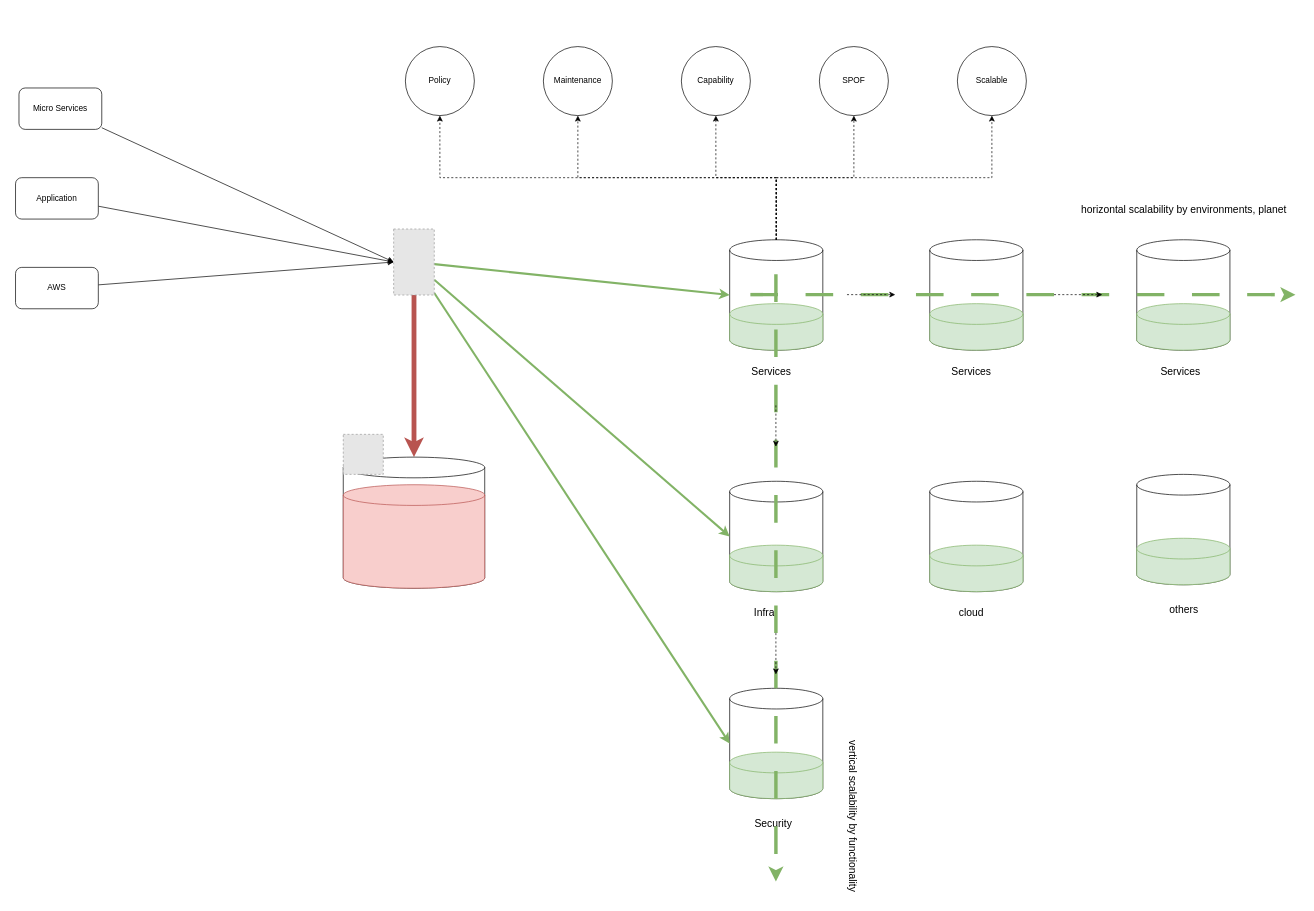
Above: elk_re-architecture.drawio in jiangtao7/draw.io (draw.io), before the change. Source tidied: cells renumbered, new cells numbered last; positions are measured from the earlier drawing's top-left corner, leaving out a move shared by most shapes. Both pictures are drawn from the tidied source at 69%, with x=0, y=0 at pixel (15, 46). Pictures stored in the file or linked from it are replaced by grey dashed boxes.
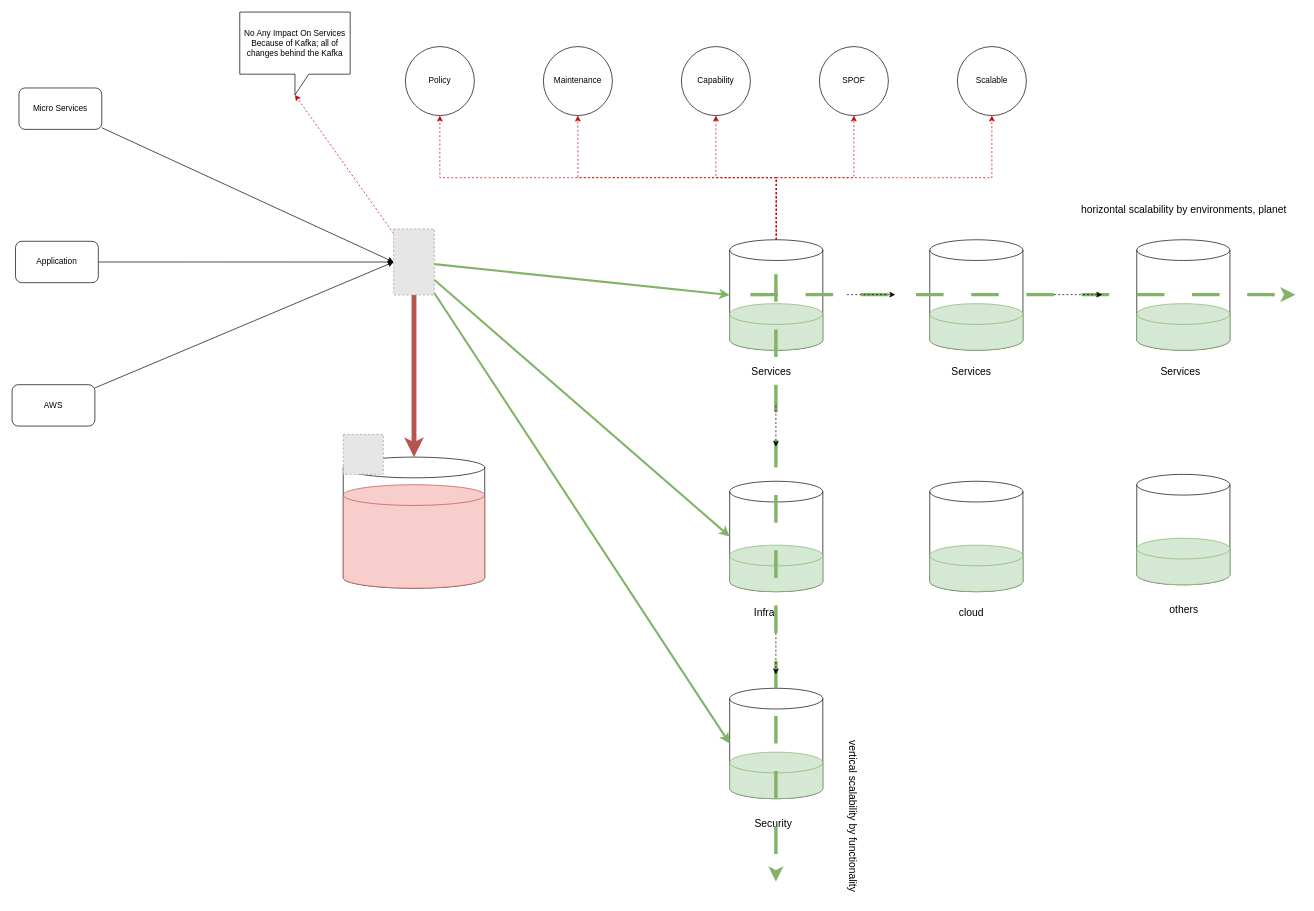
After the change.

The change refers to these unchanged cells:
```xml
<mxCell id="3" style="shape=cylinder3;whiteSpace=wrap;html=1;boundedLbl=1;backgroundOutline=1;size=15;fontSize=15;" parent="2" vertex="1">
  <mxGeometry width="135" height="160" as="geometry" />
</mxCell>
<mxCell id="41" value="Policy" style="ellipse;whiteSpace=wrap;html=1;" parent="1" vertex="1">
  <mxGeometry x="565" width="100" height="100" as="geometry" />
</mxCell>
<mxCell id="42" value="Maintenance" style="ellipse;whiteSpace=wrap;html=1;" parent="1" vertex="1">
  <mxGeometry x="765" width="100" height="100" as="geometry" />
</mxCell>
<mxCell id="43" value="Capability" style="ellipse;whiteSpace=wrap;html=1;" parent="1" vertex="1">
  <mxGeometry x="965" width="100" height="100" as="geometry" />
</mxCell>
<mxCell id="44" value="SPOF" style="ellipse;whiteSpace=wrap;html=1;" parent="1" vertex="1">
  <mxGeometry x="1165" width="100" height="100" as="geometry" />
</mxCell>
<mxCell id="53" style="fillColor=#E6E6E6;strokeColor=#999999;dashed=1;verticalLabelPosition=bottom;labelBackgroundColor=default;verticalAlign=top;" parent="1" vertex="1">
  <mxGeometry x="548" y="264.4" width="58.9" height="95.7" as="geometry" />
</mxCell>
<mxCell id="63" value="Scalable" style="ellipse;whiteSpace=wrap;html=1;" parent="1" vertex="1">
  <mxGeometry x="1365" width="100" height="100" as="geometry" />
</mxCell>
```

What changed in the source:
```diff
@@
-    <mxCell id="45" style="edgeStyle=orthogonalEdgeStyle;rounded=0;jettySize=auto;html=1;entryX=0.5;entryY=1;entryDx=0;entryDy=0;dashed=1;" parent="1" edge="1" source="3" target="41">
+    <mxCell id="45" style="edgeStyle=orthogonalEdgeStyle;rounded=0;jettySize=auto;html=1;entryX=0.5;entryY=1;entryDx=0;entryDy=0;dashed=1;strokeColor=#CC0000;" parent="1" edge="1" source="3" target="41">
       <mxGeometry relative="1" as="geometry">
         <Array as="points">
           <mxPoint x="1103" y="190" />
           <mxPoint x="615" y="190" />
         </Array>
       </mxGeometry>
     </mxCell>
-    <mxCell id="46" style="edgeStyle=orthogonalEdgeStyle;rounded=0;jettySize=auto;html=1;entryX=0.5;entryY=1;entryDx=0;entryDy=0;dashed=1;" parent="1" edge="1" source="3" target="42">
+    <mxCell id="46" style="edgeStyle=orthogonalEdgeStyle;rounded=0;jettySize=auto;html=1;entryX=0.5;entryY=1;entryDx=0;entryDy=0;dashed=1;strokeColor=#CC0000;" parent="1" edge="1" source="3" target="42">
       <mxGeometry relative="1" as="geometry">
         <Array as="points">
           <mxPoint x="1103" y="190" />
           <mxPoint x="815" y="190" />
         </Array>
       </mxGeometry>
     </mxCell>
-    <mxCell id="47" style="edgeStyle=orthogonalEdgeStyle;rounded=0;jettySize=auto;html=1;entryX=0.5;entryY=1;entryDx=0;entryDy=0;dashed=1;" parent="1" edge="1" source="3" target="43">
+    <mxCell id="47" style="edgeStyle=orthogonalEdgeStyle;rounded=0;jettySize=auto;html=1;entryX=0.5;entryY=1;entryDx=0;entryDy=0;dashed=1;strokeColor=#CC0000;" parent="1" edge="1" source="3" target="43">
       <mxGeometry relative="1" as="geometry" />
     </mxCell>
-    <mxCell id="48" style="edgeStyle=orthogonalEdgeStyle;rounded=0;jettySize=auto;html=1;entryX=0.5;entryY=1;entryDx=0;entryDy=0;dashed=1;" parent="1" edge="1" source="3" target="44">
+    <mxCell id="48" style="edgeStyle=orthogonalEdgeStyle;rounded=0;jettySize=auto;html=1;entryX=0.5;entryY=1;entryDx=0;entryDy=0;dashed=1;strokeColor=#CC0000;" parent="1" edge="1" source="3" target="44">
       <mxGeometry relative="1" as="geometry" />
     </mxCell>
@@
+    <mxCell id="65" style="rounded=0;jettySize=auto;html=1;entryX=0;entryY=0;entryDx=80;entryDy=120;entryPerimeter=0;dashed=1;strokeColor=#CC0000;" parent="1" edge="1" source="53" target="66">
+      <mxGeometry relative="1" as="geometry" />
+    </mxCell>
@@
     <mxCell id="60" value="Application" style="rounded=1;whiteSpace=wrap;html=1;" parent="1" vertex="1">
-      <mxGeometry y="190" width="120" height="60" as="geometry" />
+      <mxGeometry y="282.2" width="120" height="60" as="geometry" />
     </mxCell>
@@
     <mxCell id="62" value="AWS" style="rounded=1;whiteSpace=wrap;html=1;" parent="1" vertex="1">
-      <mxGeometry y="320" width="120" height="60" as="geometry" />
+      <mxGeometry x="-5" y="490" width="120" height="60" as="geometry" />
     </mxCell>
@@
-    <mxCell id="64" style="edgeStyle=orthogonalEdgeStyle;rounded=0;jettySize=auto;html=1;entryX=0.5;entryY=1;entryDx=0;entryDy=0;dashed=1;" parent="1" edge="1" source="3" target="63">
+    <mxCell id="64" style="edgeStyle=orthogonalEdgeStyle;rounded=0;jettySize=auto;html=1;entryX=0.5;entryY=1;entryDx=0;entryDy=0;dashed=1;strokeColor=#CC0000;" parent="1" edge="1" source="3" target="63">
       <mxGeometry relative="1" as="geometry">
         <Array as="points">
           <mxPoint x="1103" y="190" />
           <mxPoint x="1415" y="190" />
         </Array>
       </mxGeometry>
     </mxCell>
+    <mxCell id="66" value="No Any Impact On Services Because of Kafka; all of changes behind the Kafka" style="shape=callout;whiteSpace=wrap;html=1;perimeter=calloutPerimeter;" parent="1" vertex="1">
+      <mxGeometry x="325" y="-50" width="160" height="120" as="geometry" />
+    </mxCell>
```
